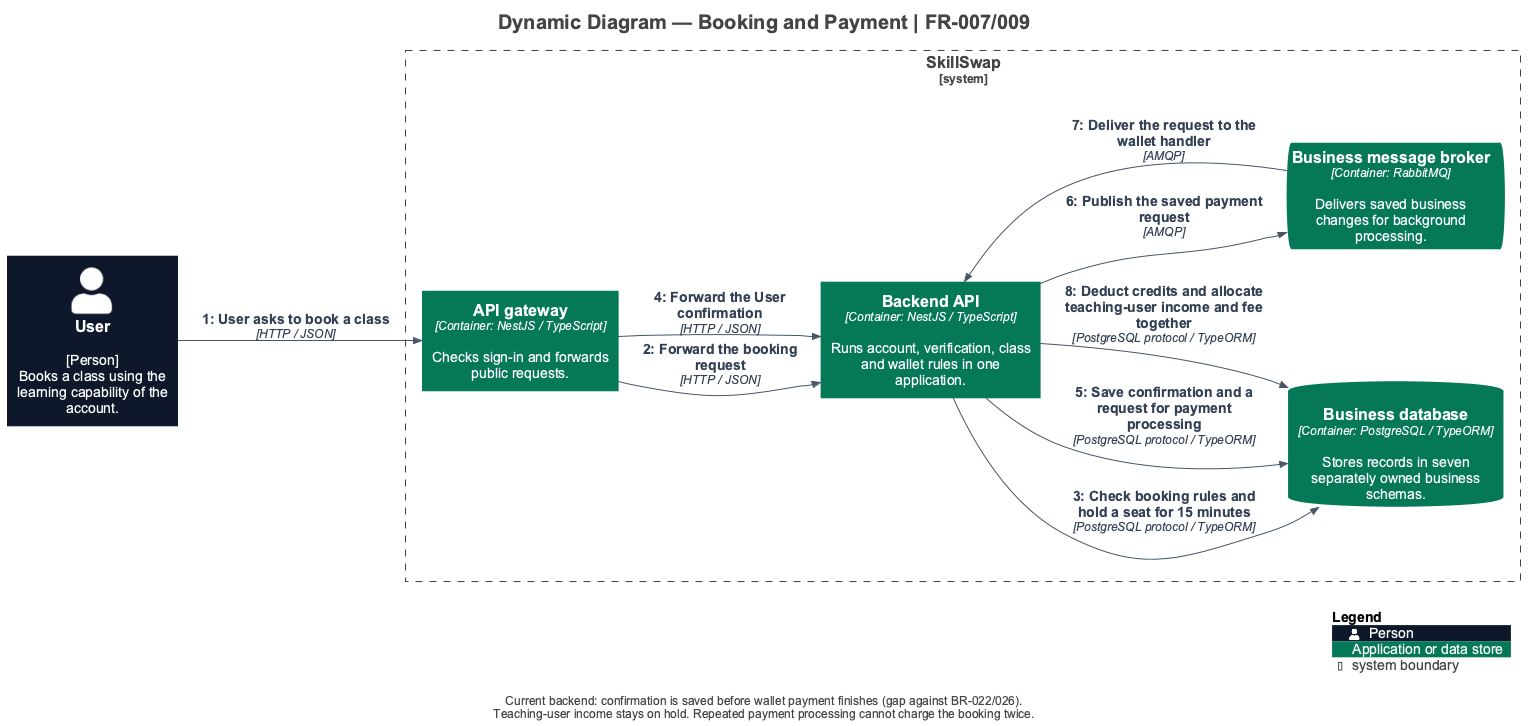
Earlier version of the PlantUML export docs/diagrams/c4/generated/structurizr-BookingFlow.png (trankien022/SkillSwap).
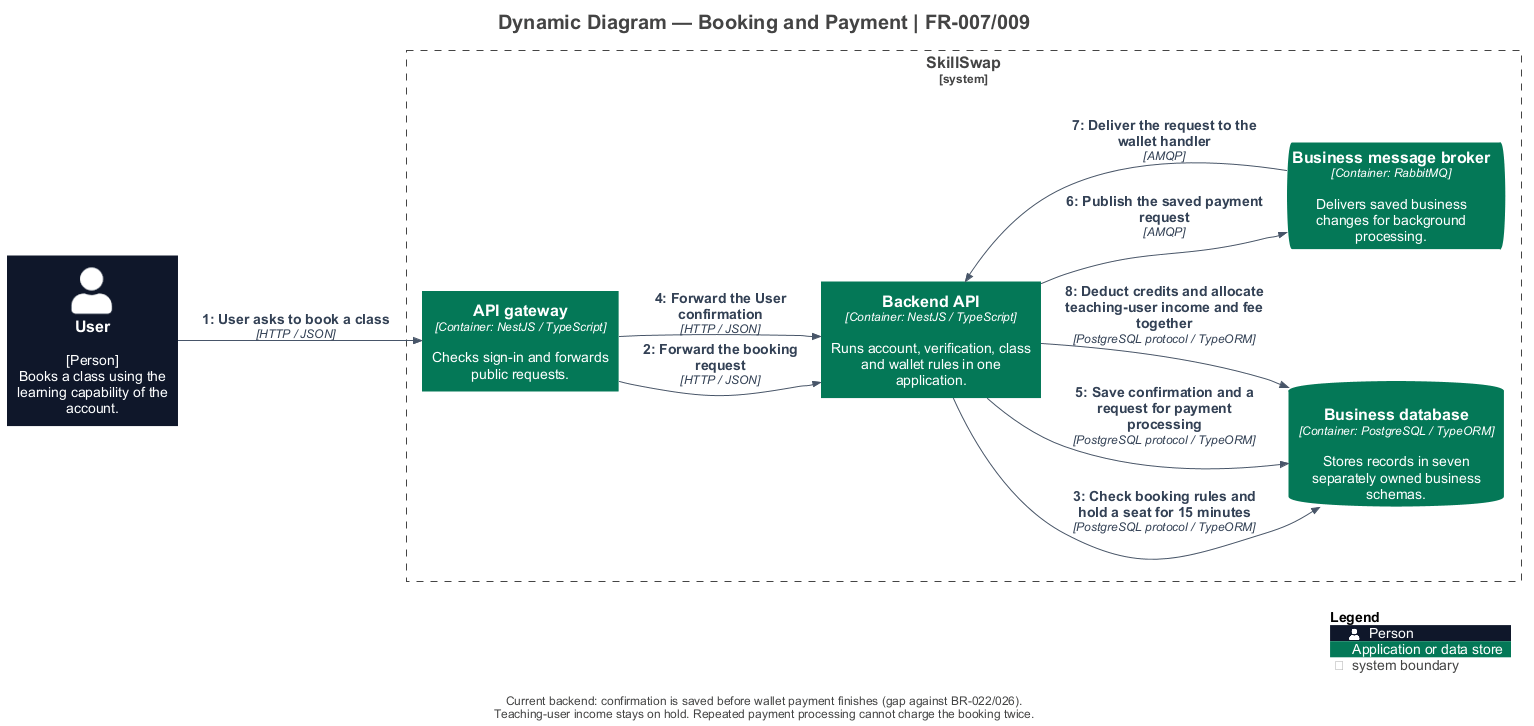
The same diagram one commit later.

The edit, as a diff of the source:
```diff
@@ -27,7 +27,6 @@
 UpdateElementStyle("external_system", $bgColor="#64748B", $fontColor="#FFFFFF", $borderColor="#64748B", $legendText="Supporting software system")
 UpdateElementStyle("container", $bgColor="#047857", $fontColor="#FFFFFF", $borderColor="#047857", $legendText="Application or data store")
 UpdateRelStyle($lineColor="#475569", $textColor="#334155")
-AddElementTag("Demo", $bgColor="#F1F5F9", $fontColor="#0F172A", $borderColor="#64748B", $legendText="Demonstration client (local booking data)")
 
 System_Boundary("SkillSwap_boundary", "SkillSwap", $tags="") {
   Container(SkillSwap.APIgateway, "API gateway", $techn="Container: NestJS / TypeScript", $descr="Checks sign-in and forwards public requests.", $tags="", $link="")
```
